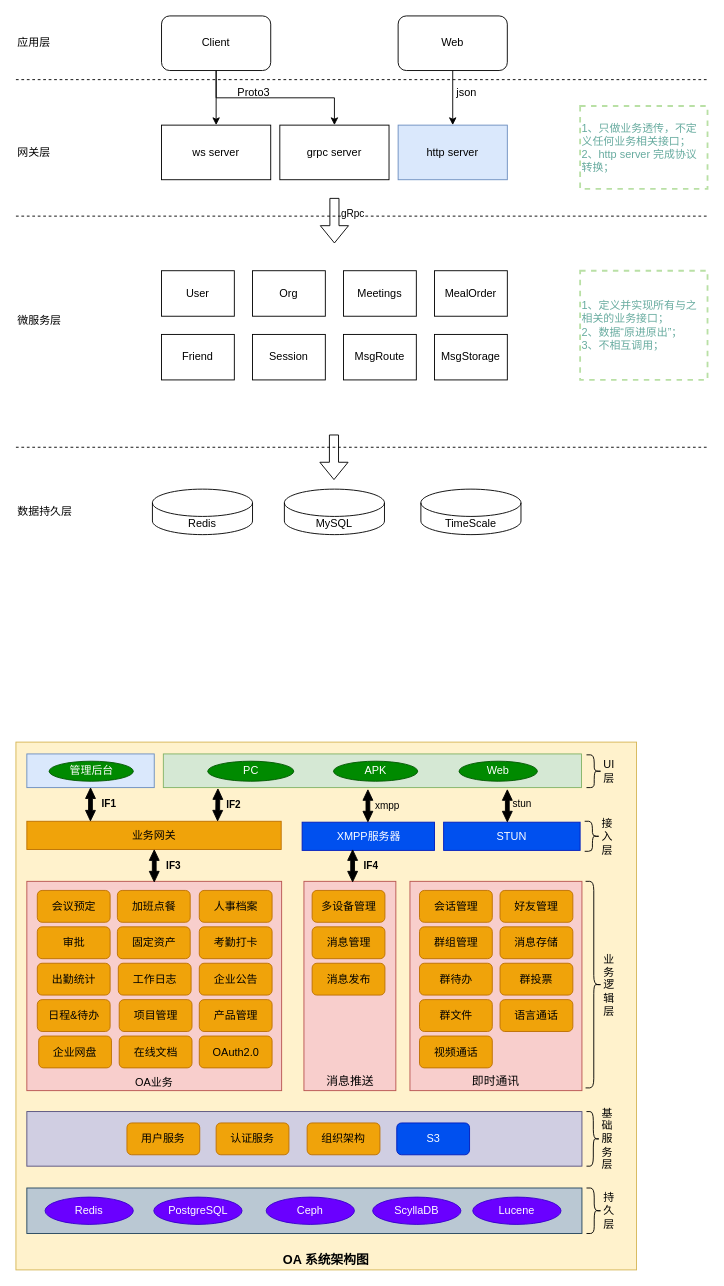
Earlier version of the draw.io diagram page "OA架构图" (3 of 4) of StreamOA架构设计.drawio (zebra-min/my-design). Source tidied: cells renumbered, new cells numbered last; positions are measured from the earlier drawing's top-left corner, leaving out a move shared by most shapes. Both pictures are drawn from the tidied source at 91%, with x=0, y=0 at pixel (15, 15).
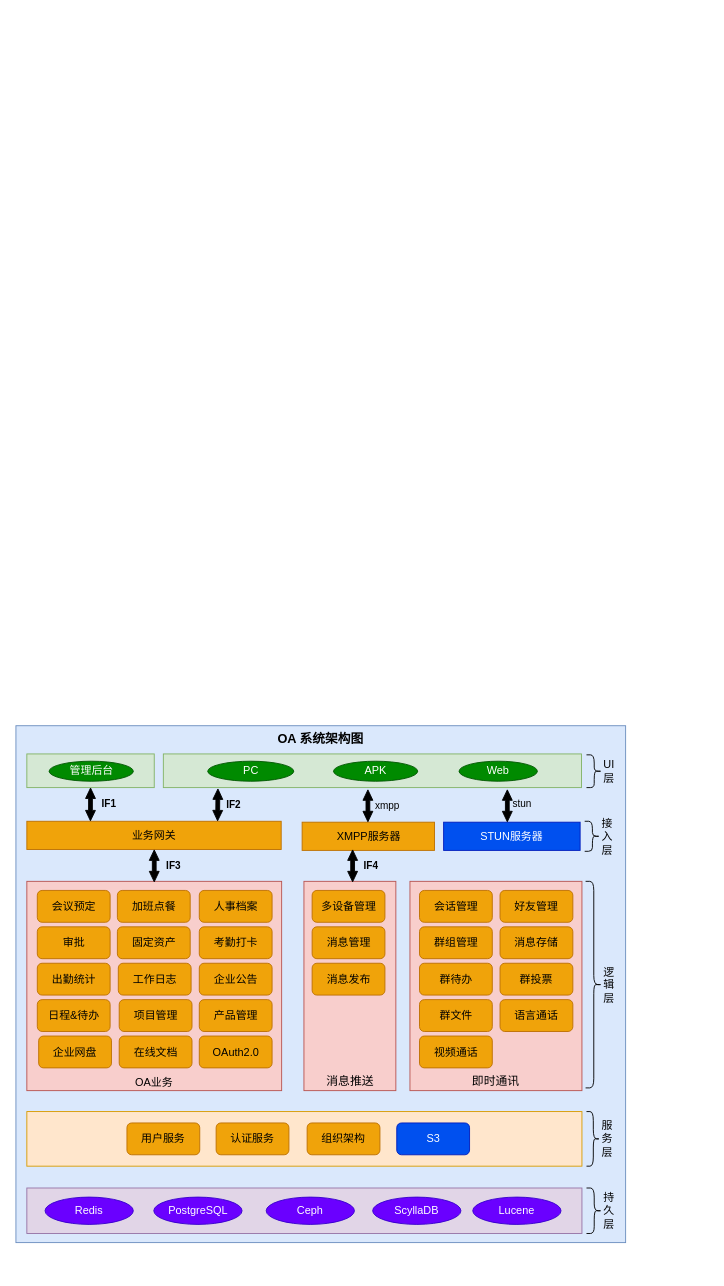
The same page after the edit.

Commit message (it also covers changes not shown here):
更新StreamOA架构设计.drawio

Diff of the diagram source:
```diff
@@
-    <mxCell id="2" style="edgeStyle=orthogonalEdgeStyle;rounded=0;jettySize=auto;html=1;exitX=0.5;exitY=1;exitDx=0;exitDy=0;entryX=0.5;entryY=0;entryDx=0;entryDy=0;" parent="1" edge="1" source="4" target="8">
-      <mxGeometry relative="1" as="geometry" />
-    </mxCell>
-    <mxCell id="3" style="edgeStyle=orthogonalEdgeStyle;rounded=0;jettySize=auto;html=1;exitX=0.5;exitY=1;exitDx=0;exitDy=0;" parent="1" edge="1" source="4" target="9">
-      <mxGeometry relative="1" as="geometry" />
-    </mxCell>
-    <mxCell id="4" value="Client" style="rounded=1;whiteSpace=wrap;html=1;" parent="1" vertex="1">
-      <mxGeometry x="160" width="120" height="60" as="geometry" />
-    </mxCell>
-    <mxCell id="5" style="edgeStyle=orthogonalEdgeStyle;rounded=0;jettySize=auto;html=1;exitX=0.5;exitY=1;exitDx=0;exitDy=0;" parent="1" edge="1" source="6" target="10">
-      <mxGeometry relative="1" as="geometry" />
-    </mxCell>
-    <mxCell id="6" value="Web" style="rounded=1;whiteSpace=wrap;html=1;" parent="1" vertex="1">
-      <mxGeometry x="420" width="120" height="60" as="geometry" />
-    </mxCell>
-    <mxCell id="7" style="endArrow=none;dashed=1;html=1;rounded=0;" parent="1" edge="1">
-      <mxGeometry relative="1" as="geometry">
-        <mxPoint y="70" as="sourcePoint" />
-        <mxPoint x="760" y="70" as="targetPoint" />
-      </mxGeometry>
-    </mxCell>
-    <mxCell id="8" value="ws server" style="rounded=0;whiteSpace=wrap;html=1;" parent="1" vertex="1">
-      <mxGeometry x="160" y="120" width="120" height="60" as="geometry" />
-    </mxCell>
-    <mxCell id="9" value="grpc server" style="rounded=0;whiteSpace=wrap;html=1;" parent="1" vertex="1">
-      <mxGeometry x="290" y="120" width="120" height="60" as="geometry" />
-    </mxCell>
-    <mxCell id="10" value="http server" style="rounded=0;whiteSpace=wrap;html=1;fillColor=#dae8fc;strokeColor=#6c8ebf;" parent="1" vertex="1">
-      <mxGeometry x="420" y="120" width="120" height="60" as="geometry" />
-    </mxCell>
-    <mxCell id="11" style="endArrow=none;dashed=1;html=1;rounded=0;" parent="1" edge="1">
-      <mxGeometry relative="1" as="geometry">
-        <mxPoint y="220" as="sourcePoint" />
-        <mxPoint x="760" y="220" as="targetPoint" />
-      </mxGeometry>
-    </mxCell>
-    <mxCell id="12" value="gRpc" style="edgeLabel;html=1;align=center;verticalAlign=middle;" parent="11" vertex="1">
-      <mxGeometry x="-0.03" y="4" relative="1" as="geometry" />
-    </mxCell>
-    <mxCell id="13" value="应用层" style="text;strokeColor=none;align=left;fillColor=none;html=1;verticalAlign=middle;whiteSpace=wrap;rounded=0;" parent="1" vertex="1">
-      <mxGeometry width="80" height="60" as="geometry" />
-    </mxCell>
-    <mxCell id="14" value="网关层" style="text;strokeColor=none;align=left;fillColor=none;html=1;verticalAlign=middle;whiteSpace=wrap;rounded=0;" parent="1" vertex="1">
-      <mxGeometry y="120" width="80" height="60" as="geometry" />
-    </mxCell>
-    <mxCell id="15" value="User" style="rounded=0;whiteSpace=wrap;html=1;" parent="1" vertex="1">
-      <mxGeometry x="160" y="280" width="80" height="50" as="geometry" />
-    </mxCell>
-    <mxCell id="16" style="shape=flexArrow;endArrow=classic;html=1;rounded=0;" parent="1" edge="1">
-      <mxGeometry relative="1" as="geometry">
-        <mxPoint x="350" y="200" as="sourcePoint" />
-        <mxPoint x="350" y="250" as="targetPoint" />
-      </mxGeometry>
-    </mxCell>
-    <mxCell id="17" value="Org" style="rounded=0;whiteSpace=wrap;html=1;" parent="1" vertex="1">
-      <mxGeometry x="260" y="280" width="80" height="50" as="geometry" />
-    </mxCell>
-    <mxCell id="18" value="Meetings" style="rounded=0;whiteSpace=wrap;html=1;" parent="1" vertex="1">
-      <mxGeometry x="360" y="280" width="80" height="50" as="geometry" />
-    </mxCell>
-    <mxCell id="19" value="MealOrder" style="rounded=0;whiteSpace=wrap;html=1;" parent="1" vertex="1">
-      <mxGeometry x="460" y="280" width="80" height="50" as="geometry" />
-    </mxCell>
-    <mxCell id="20" value="Friend" style="rounded=0;whiteSpace=wrap;html=1;" parent="1" vertex="1">
-      <mxGeometry x="160" y="350" width="80" height="50" as="geometry" />
-    </mxCell>
-    <mxCell id="21" value="Session" style="rounded=0;whiteSpace=wrap;html=1;" parent="1" vertex="1">
-      <mxGeometry x="260" y="350" width="80" height="50" as="geometry" />
-    </mxCell>
-    <mxCell id="22" value="MsgRoute" style="rounded=0;whiteSpace=wrap;html=1;" parent="1" vertex="1">
-      <mxGeometry x="360" y="350" width="80" height="50" as="geometry" />
-    </mxCell>
-    <mxCell id="23" value="MsgStorage" style="rounded=0;whiteSpace=wrap;html=1;" parent="1" vertex="1">
-      <mxGeometry x="460" y="350" width="80" height="50" as="geometry" />
-    </mxCell>
-    <mxCell id="24" style="endArrow=none;dashed=1;html=1;rounded=0;" parent="1" edge="1">
-      <mxGeometry relative="1" as="geometry">
-        <mxPoint y="474" as="sourcePoint" />
-        <mxPoint x="760" y="474" as="targetPoint" />
-      </mxGeometry>
-    </mxCell>
-    <mxCell id="25" value="微服务层" style="text;strokeColor=none;align=left;fillColor=none;html=1;verticalAlign=middle;whiteSpace=wrap;rounded=0;" parent="1" vertex="1">
-      <mxGeometry y="305" width="80" height="60" as="geometry" />
-    </mxCell>
-    <mxCell id="26" value="MySQL" style="shape=cylinder3;whiteSpace=wrap;html=1;boundedLbl=1;backgroundOutline=1;size=15;" parent="1" vertex="1">
-      <mxGeometry x="295" y="520" width="110" height="50" as="geometry" />
-    </mxCell>
-    <mxCell id="27" value="数据持久层" style="text;strokeColor=none;align=left;fillColor=none;html=1;verticalAlign=middle;whiteSpace=wrap;rounded=0;" parent="1" vertex="1">
-      <mxGeometry y="515" width="80" height="60" as="geometry" />
-    </mxCell>
-    <mxCell id="28" style="shape=flexArrow;endArrow=classic;html=1;rounded=0;" parent="1" edge="1">
-      <mxGeometry relative="1" as="geometry">
-        <mxPoint x="349.5" y="460" as="sourcePoint" />
-        <mxPoint x="349.5" y="510" as="targetPoint" />
-      </mxGeometry>
-    </mxCell>
-    <mxCell id="29" value="Redis" style="shape=cylinder3;whiteSpace=wrap;html=1;boundedLbl=1;backgroundOutline=1;size=15;" parent="1" vertex="1">
-      <mxGeometry x="150" y="520" width="110" height="50" as="geometry" />
-    </mxCell>
-    <mxCell id="30" value="TimeScale" style="shape=cylinder3;whiteSpace=wrap;html=1;boundedLbl=1;backgroundOutline=1;size=15;" parent="1" vertex="1">
-      <mxGeometry x="445" y="520" width="110" height="50" as="geometry" />
-    </mxCell>
-    <mxCell id="31" value="1、只做业务透传，不定义任何业务相关接口；&lt;br&gt;2、http server 完成协议转换；" style="text;strokeColor=#B9E0A5;align=left;fillColor=none;html=1;verticalAlign=middle;whiteSpace=wrap;rounded=0;fontColor=#67AB9F;dashed=1;strokeWidth=2;" parent="1" vertex="1">
-      <mxGeometry x="620" y="99" width="140" height="91" as="geometry" />
-    </mxCell>
-    <mxCell id="32" value="1、定义并实现所有与之相关的业务接口；&lt;br&gt;2、数据“原进原出”；&lt;br&gt;3、不相互调用；" style="text;strokeColor=#B9E0A5;align=left;fillColor=none;html=1;verticalAlign=middle;whiteSpace=wrap;rounded=0;fontColor=#67AB9F;dashed=1;strokeWidth=2;" parent="1" vertex="1">
-      <mxGeometry x="620" y="280" width="140" height="120" as="geometry" />
-    </mxCell>
-    <mxCell id="33" value="json" style="text;html=1;align=center;verticalAlign=middle;strokeColor=none;fillColor=none;" parent="1" vertex="1">
-      <mxGeometry x="470" y="69" width="50" height="30" as="geometry" />
-    </mxCell>
-    <mxCell id="34" value="Proto3" style="text;html=1;align=center;verticalAlign=middle;strokeColor=none;fillColor=none;" parent="1" vertex="1">
-      <mxGeometry x="231" y="69" width="60" height="30" as="geometry" />
-    </mxCell>
-    <mxCell id="35" value="OA 系统架构图" style="rounded=0;whiteSpace=wrap;html=1;fillColor=#fff2cc;strokeColor=#d6b656;verticalAlign=bottom;fontStyle=1;fontSize=14;" parent="1" vertex="1">
-      <mxGeometry y="798" width="682" height="580" as="geometry" />
+    <mxCell id="35" value="OA 系统架构图" style="rounded=0;whiteSpace=wrap;html=1;fillColor=#dae8fc;strokeColor=#6c8ebf;verticalAlign=top;fontStyle=1;fontSize=14;" parent="1" vertex="1">
+      <mxGeometry y="780" width="670" height="568" as="geometry" />
     </mxCell>
@@
-    <mxCell id="41" value="XMPP服务器" style="rounded=0;whiteSpace=wrap;html=1;fillColor=#0050ef;fontColor=#ffffff;strokeColor=#001DBC;" parent="1" vertex="1">
+    <mxCell id="41" value="XMPP服务器" style="rounded=0;whiteSpace=wrap;html=1;fillColor=#f0a30a;fontColor=#000000;strokeColor=#BD7000;" parent="1" vertex="1">
       <mxGeometry x="314.5" y="886" width="145.5" height="31" as="geometry" />
     </mxCell>
@@
-    <mxCell id="52" style="rounded=0;whiteSpace=wrap;html=1;fillStyle=auto;fillColor=#d0cee2;strokeColor=#56517e;" parent="1" vertex="1">
+    <mxCell id="52" style="rounded=0;whiteSpace=wrap;html=1;fillStyle=auto;fillColor=#ffe6cc;strokeColor=#d79b00;" parent="1" vertex="1">
       <mxGeometry x="12" y="1204" width="610" height="60" as="geometry" />
     </mxCell>
@@
-    <mxCell id="77" value="STUN" style="rounded=0;whiteSpace=wrap;html=1;fillColor=#0050ef;fontColor=#ffffff;strokeColor=#001DBC;" parent="1" vertex="1">
+    <mxCell id="77" value="STUN服务器" style="rounded=0;whiteSpace=wrap;html=1;fillColor=#0050ef;fontColor=#ffffff;strokeColor=#001DBC;" parent="1" vertex="1">
       <mxGeometry x="470" y="886" width="150" height="31" as="geometry" />
     </mxCell>
-    <mxCell id="78" style="rounded=0;whiteSpace=wrap;html=1;fillStyle=auto;fillColor=#bac8d3;strokeColor=#23445d;" parent="1" vertex="1">
+    <mxCell id="78" style="rounded=0;whiteSpace=wrap;html=1;fillStyle=auto;fillColor=#e1d5e7;strokeColor=#9673a6;" parent="1" vertex="1">
       <mxGeometry x="12" y="1288" width="610" height="50" as="geometry" />
     </mxCell>
@@
-    <mxCell id="80" style="rounded=0;whiteSpace=wrap;html=1;fillColor=#dae8fc;strokeColor=#6c8ebf;" parent="1" vertex="1">
+    <mxCell id="80" style="rounded=0;whiteSpace=wrap;html=1;fillColor=#d5e8d4;strokeColor=#82b366;" parent="1" vertex="1">
       <mxGeometry x="12" y="811" width="140" height="37" as="geometry" />
     </mxCell>
@@
-    <mxCell id="98" value="业务逻辑层" style="shape=curlyBracket;whiteSpace=wrap;html=1;rounded=1;flipH=1;labelPosition=right;verticalLabelPosition=middle;align=left;verticalAlign=middle;" parent="1" vertex="1">
+    <mxCell id="98" value="逻辑层" style="shape=curlyBracket;whiteSpace=wrap;html=1;rounded=1;flipH=1;labelPosition=right;verticalLabelPosition=middle;align=left;verticalAlign=middle;" parent="1" vertex="1">
       <mxGeometry x="626" y="951" width="18" height="227" as="geometry" />
     </mxCell>
-    <mxCell id="99" value="基础服务层" style="shape=curlyBracket;whiteSpace=wrap;html=1;rounded=1;flipH=1;labelPosition=right;verticalLabelPosition=middle;align=left;verticalAlign=middle;size=0.5;" parent="1" vertex="1">
+    <mxCell id="99" value="服务层" style="shape=curlyBracket;whiteSpace=wrap;html=1;rounded=1;flipH=1;labelPosition=right;verticalLabelPosition=middle;align=left;verticalAlign=middle;size=0.5;" parent="1" vertex="1">
       <mxGeometry x="627" y="1204" width="15" height="60" as="geometry" />
     </mxCell>
```
